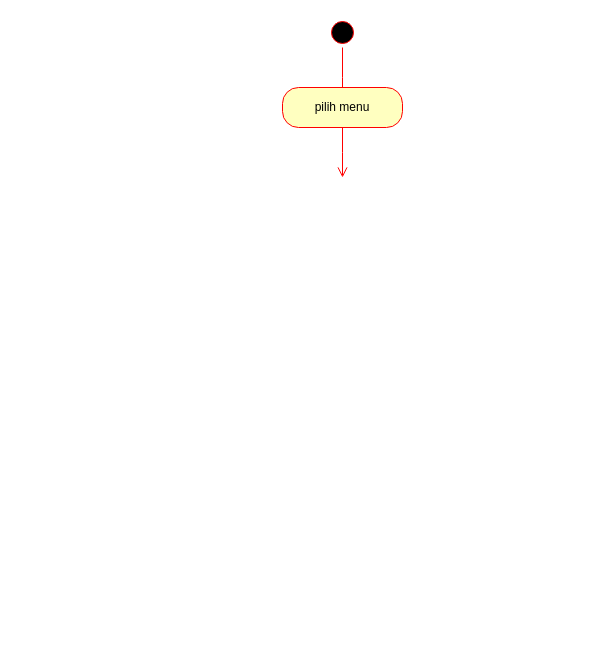
The draw.io diagram Mini-Proj/Activity Entry Form.drawio in mahesri/uml_ads_sms3, before the edit. Source tidied: cells renumbered, new cells numbered last; positions are measured from the earlier drawing's top-left corner, leaving out a move shared by most shapes. Both pictures are drawn from the tidied source at 100%, with x=0, y=0 at pixel (282, 17).
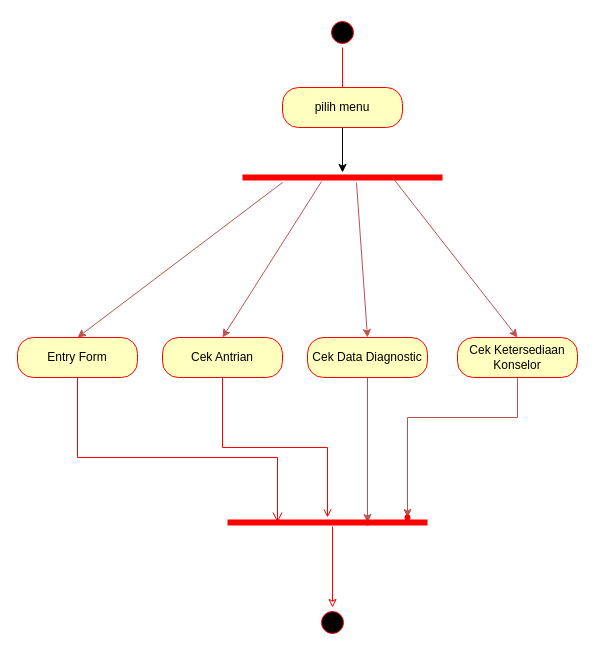
The same diagram, later.

The change refers to these unchanged cells:
```xml
<mxCell id="4" value="pilih menu" style="rounded=1;whiteSpace=wrap;html=1;arcSize=40;fontColor=#000000;fillColor=#ffffc0;strokeColor=#ff0000;" parent="1" vertex="1">
  <mxGeometry y="70" width="120" height="40" as="geometry" />
</mxCell>
```

Diff of the diagram source:
```diff
@@
+    <mxCell id="6" style="edgeStyle=orthogonalEdgeStyle;rounded=0;jettySize=auto;html=1;" parent="1" edge="1" source="4" target="7">
+      <mxGeometry relative="1" as="geometry" />
+    </mxCell>
@@
-    <mxCell id="5" style="edgeStyle=orthogonalEdgeStyle;html=1;verticalAlign=bottom;endArrow=open;endSize=8;strokeColor=#ff0000;rounded=0;" parent="1" edge="1" source="4">
-      <mxGeometry relative="1" as="geometry">
-        <mxPoint x="60" y="160" as="targetPoint" />
-      </mxGeometry>
-    </mxCell>
+    <mxCell id="7" style="shape=line;html=1;strokeWidth=6;strokeColor=#ff0000;" parent="1" vertex="1">
+      <mxGeometry x="-40" y="155" width="200" height="10" as="geometry" />
+    </mxCell>
+    <mxCell id="8" style="endArrow=classic;html=1;rounded=0;fillColor=#f8cecc;strokeColor=#b85450;entryX=0.5;entryY=0;entryDx=0;entryDy=0;" parent="1" edge="1" target="9">
+      <mxGeometry relative="1" as="geometry">
+        <mxPoint y="165" as="sourcePoint" />
+      </mxGeometry>
+    </mxCell>
+    <mxCell id="9" value="Entry Form" style="rounded=1;whiteSpace=wrap;html=1;arcSize=40;fontColor=#000000;fillColor=#ffffc0;strokeColor=#ff0000;" parent="1" vertex="1">
+      <mxGeometry x="-265" y="320" width="120" height="40" as="geometry" />
+    </mxCell>
+    <mxCell id="10" style="edgeStyle=orthogonalEdgeStyle;html=1;verticalAlign=bottom;endArrow=open;endSize=8;strokeColor=#ff0000;rounded=0;entryX=0.25;entryY=0.5;entryDx=0;entryDy=0;entryPerimeter=0;" parent="1" edge="1" source="9" target="19">
+      <mxGeometry relative="1" as="geometry">
+        <Array as="points">
+          <mxPoint x="-205" y="440" />
+          <mxPoint x="-5" y="440" />
+        </Array>
+      </mxGeometry>
+    </mxCell>
+    <mxCell id="11" style="endArrow=classic;html=1;rounded=0;fillColor=#f8cecc;strokeColor=#b85450;entryX=0.5;entryY=0;entryDx=0;entryDy=0;exitX=0.395;exitY=0.9;exitDx=0;exitDy=0;exitPerimeter=0;" parent="1" edge="1" source="7" target="12">
+      <mxGeometry relative="1" as="geometry" />
+    </mxCell>
+    <mxCell id="12" value="Cek Antrian" style="rounded=1;whiteSpace=wrap;html=1;arcSize=40;fontColor=#000000;fillColor=#ffffc0;strokeColor=#ff0000;" parent="1" vertex="1">
+      <mxGeometry x="-120" y="320" width="120" height="40" as="geometry" />
+    </mxCell>
+    <mxCell id="13" style="endArrow=classic;html=1;rounded=0;fillColor=#f8cecc;strokeColor=#b85450;entryX=0.5;entryY=0;entryDx=0;entryDy=0;exitX=0.57;exitY=1;exitDx=0;exitDy=0;exitPerimeter=0;" parent="1" edge="1" source="7" target="15">
+      <mxGeometry relative="1" as="geometry" />
+    </mxCell>
+    <mxCell id="14" style="edgeStyle=orthogonalEdgeStyle;rounded=0;jettySize=auto;html=1;fillColor=#f8cecc;strokeColor=#b85450;" parent="1" edge="1" source="15" target="21">
+      <mxGeometry relative="1" as="geometry" />
+    </mxCell>
+    <mxCell id="15" value="Cek Data Diagnostic" style="rounded=1;whiteSpace=wrap;html=1;arcSize=40;fontColor=#000000;fillColor=#ffffc0;strokeColor=#ff0000;" parent="1" vertex="1">
+      <mxGeometry x="25" y="320" width="120" height="40" as="geometry" />
+    </mxCell>
+    <mxCell id="16" style="endArrow=classic;html=1;rounded=0;fillColor=#f8cecc;strokeColor=#b85450;entryX=0.5;entryY=0;entryDx=0;entryDy=0;exitX=0.75;exitY=0.5;exitDx=0;exitDy=0;exitPerimeter=0;" parent="1" edge="1" source="7" target="18">
+      <mxGeometry relative="1" as="geometry" />
+    </mxCell>
+    <mxCell id="17" style="edgeStyle=orthogonalEdgeStyle;rounded=0;jettySize=auto;html=1;fillColor=#f8cecc;strokeColor=#b85450;" parent="1" edge="1" source="18" target="22">
+      <mxGeometry relative="1" as="geometry">
+        <Array as="points">
+          <mxPoint x="235" y="400" />
+          <mxPoint x="125" y="400" />
+        </Array>
+      </mxGeometry>
+    </mxCell>
+    <mxCell id="18" value="Cek Ketersediaan Konselor" style="rounded=1;whiteSpace=wrap;html=1;arcSize=40;fontColor=#000000;fillColor=#ffffc0;strokeColor=#ff0000;" parent="1" vertex="1">
+      <mxGeometry x="175" y="320" width="120" height="40" as="geometry" />
+    </mxCell>
+    <mxCell id="19" style="shape=line;html=1;strokeWidth=6;strokeColor=#ff0000;" parent="1" vertex="1">
+      <mxGeometry x="-55" y="500" width="200" height="10" as="geometry" />
+    </mxCell>
+    <mxCell id="20" style="edgeStyle=orthogonalEdgeStyle;html=1;verticalAlign=bottom;endArrow=none;endSize=8;strokeColor=#ff0000;rounded=0;entryX=0.5;entryY=1;entryDx=0;entryDy=0;endFill=0;startArrow=open;startFill=0;" parent="1" edge="1" source="19" target="12">
+      <mxGeometry relative="1" as="geometry" />
+    </mxCell>
+    <mxCell id="21" style="shape=waypoint;sketch=0;size=6;points=[];fillColor=#ffffc0;perimeter=centerPerimeter;snapToPoint=1;strokeColor=#ff0000;fontColor=#000000;rounded=1;arcSize=40;" parent="1" vertex="1">
+      <mxGeometry x="75" y="495" width="20" height="20" as="geometry" />
+    </mxCell>
+    <mxCell id="22" style="shape=waypoint;sketch=0;size=6;points=[];fillColor=#ffffc0;perimeter=centerPerimeter;snapToPoint=1;strokeColor=#ff0000;fontColor=#000000;rounded=1;arcSize=40;" parent="1" vertex="1">
+      <mxGeometry x="115" y="490" width="20" height="20" as="geometry" />
+    </mxCell>
+    <mxCell id="23" style="ellipse;html=1;shape=startState;fillColor=#000000;strokeColor=#ff0000;" parent="1" vertex="1">
+      <mxGeometry x="35" y="590" width="30" height="30" as="geometry" />
+    </mxCell>
+    <mxCell id="24" style="edgeStyle=orthogonalEdgeStyle;html=1;verticalAlign=bottom;endArrow=none;endSize=8;strokeColor=#ff0000;rounded=0;entryX=0.525;entryY=0.9;entryDx=0;entryDy=0;entryPerimeter=0;startArrow=classic;startFill=0;endFill=0;" parent="1" edge="1" source="23" target="19">
+      <mxGeometry relative="1" as="geometry" />
+    </mxCell>
```
